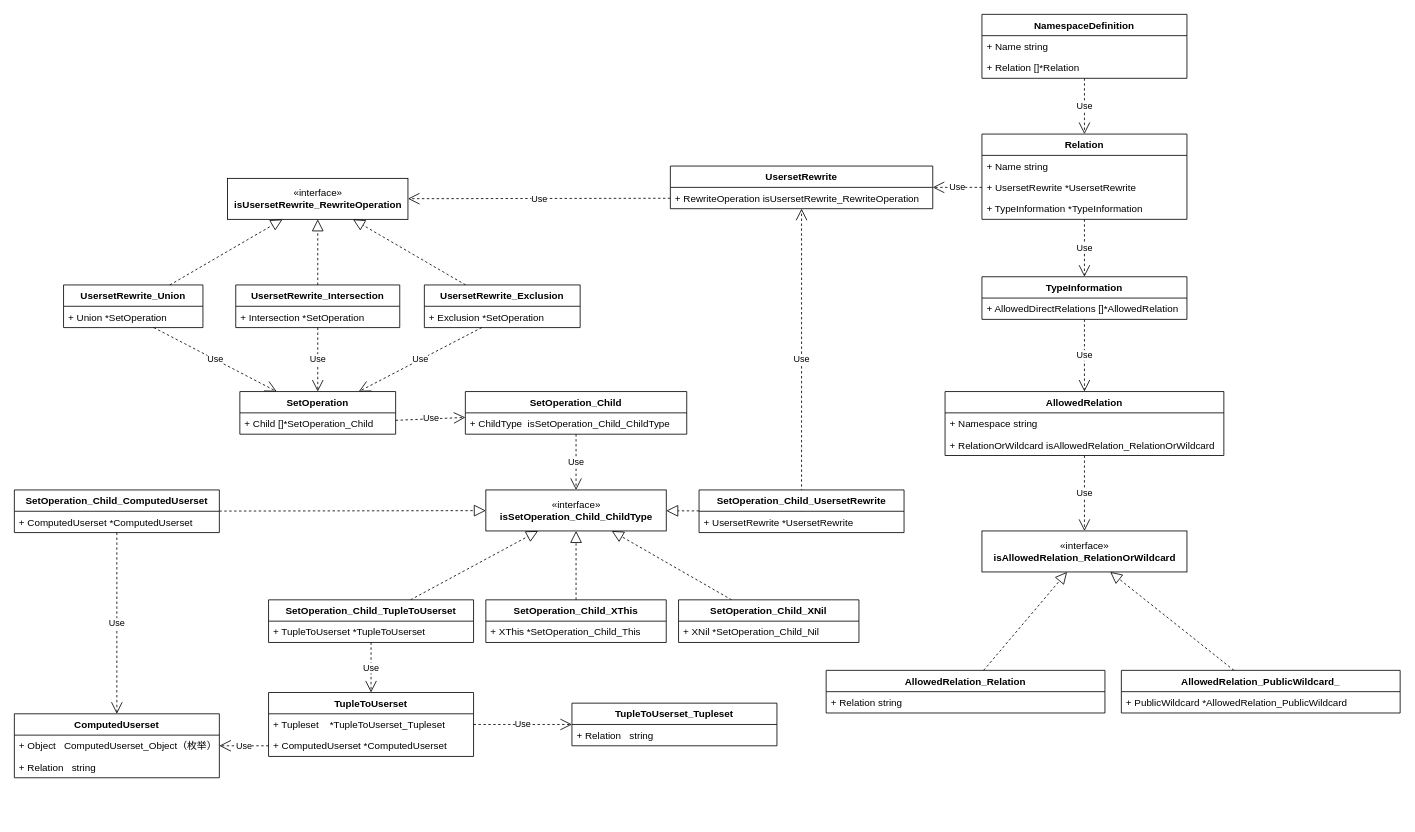
yamilinqh/spicedb keeps this draw.io diagram as checker.drawio. Above is the earlier version. Source tidied: cells renumbered, new cells numbered last; positions are measured from the earlier drawing's top-left corner, leaving out a move shared by most shapes. Both pictures are drawn from the tidied source at 82%, with x=0, y=0 at pixel (14, 14).
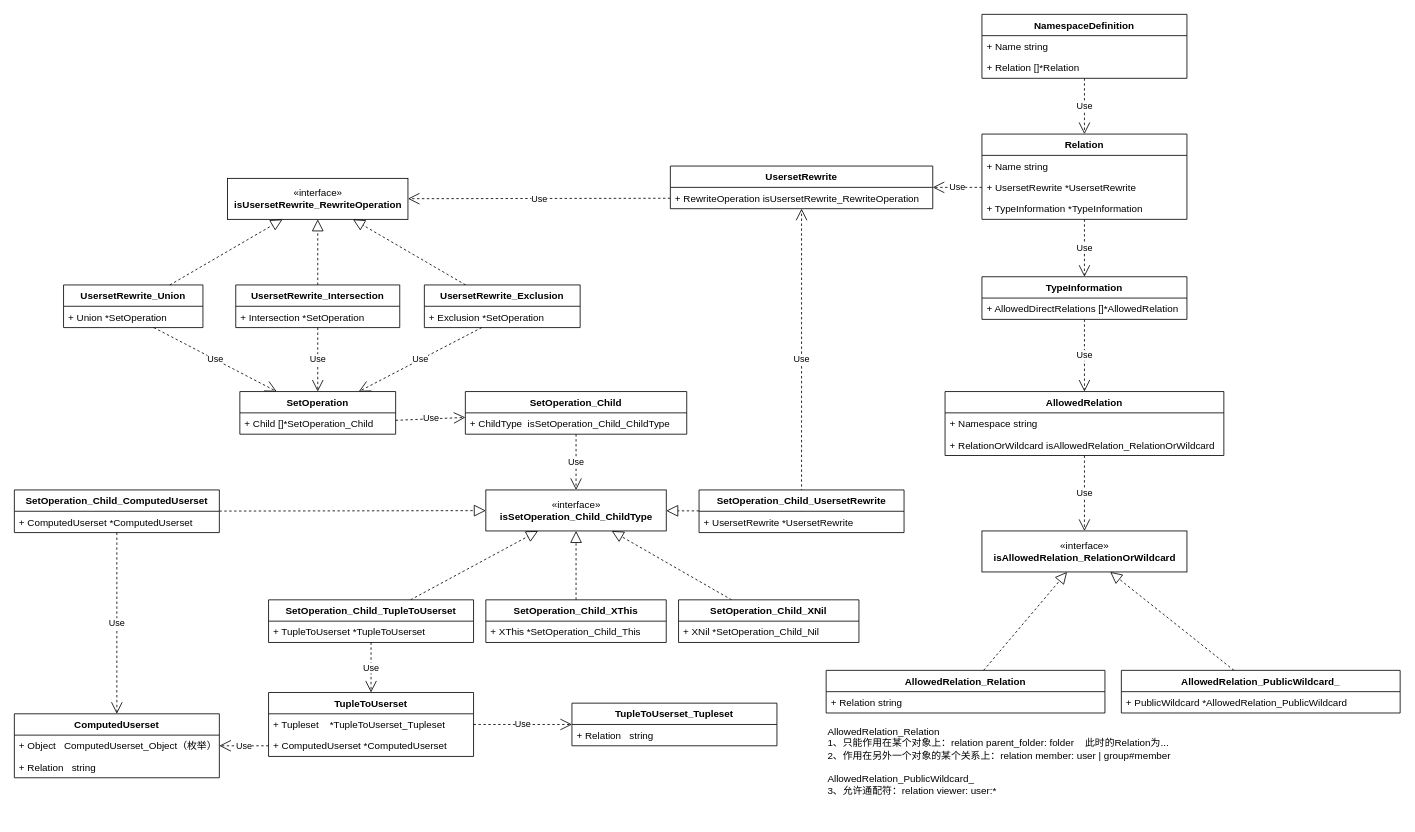
The same page after the edit.

Change to the diagram source:
```diff
@@
+    <mxCell id="77" value="&lt;h1&gt;&lt;br&gt;&lt;/h1&gt;&lt;span style=&quot;border-color: var(--border-color);&quot;&gt;&lt;/span&gt;&lt;div&gt;&amp;nbsp;&lt;span style=&quot;background-color: initial; font-size: 12px; font-weight: normal;&quot;&gt;&lt;br&gt;&lt;/span&gt;&lt;/div&gt;" style="text;html=1;strokeColor=none;fillColor=none;spacing=5;spacingTop=-20;whiteSpace=wrap;overflow=hidden;rounded=0;" parent="1" vertex="1">
+      <mxGeometry x="996" y="853" width="484" height="127" as="geometry" />
+    </mxCell>
+    <mxCell id="78" value="AllowedRelation_Relation&#10;1、只能作用在某个对象上：relation parent_folder: folder    此时的Relation为... &#10;2、作用在另外一个对象的某个关系上：relation member: user | group#member &#10;&#10;AllowedRelation_PublicWildcard_&#10;3、允许通配符：relation viewer: user:*" style="text;whiteSpace=wrap;" parent="1" vertex="1">
+      <mxGeometry x="990" y="861" width="440" height="99" as="geometry" />
+    </mxCell>
```
